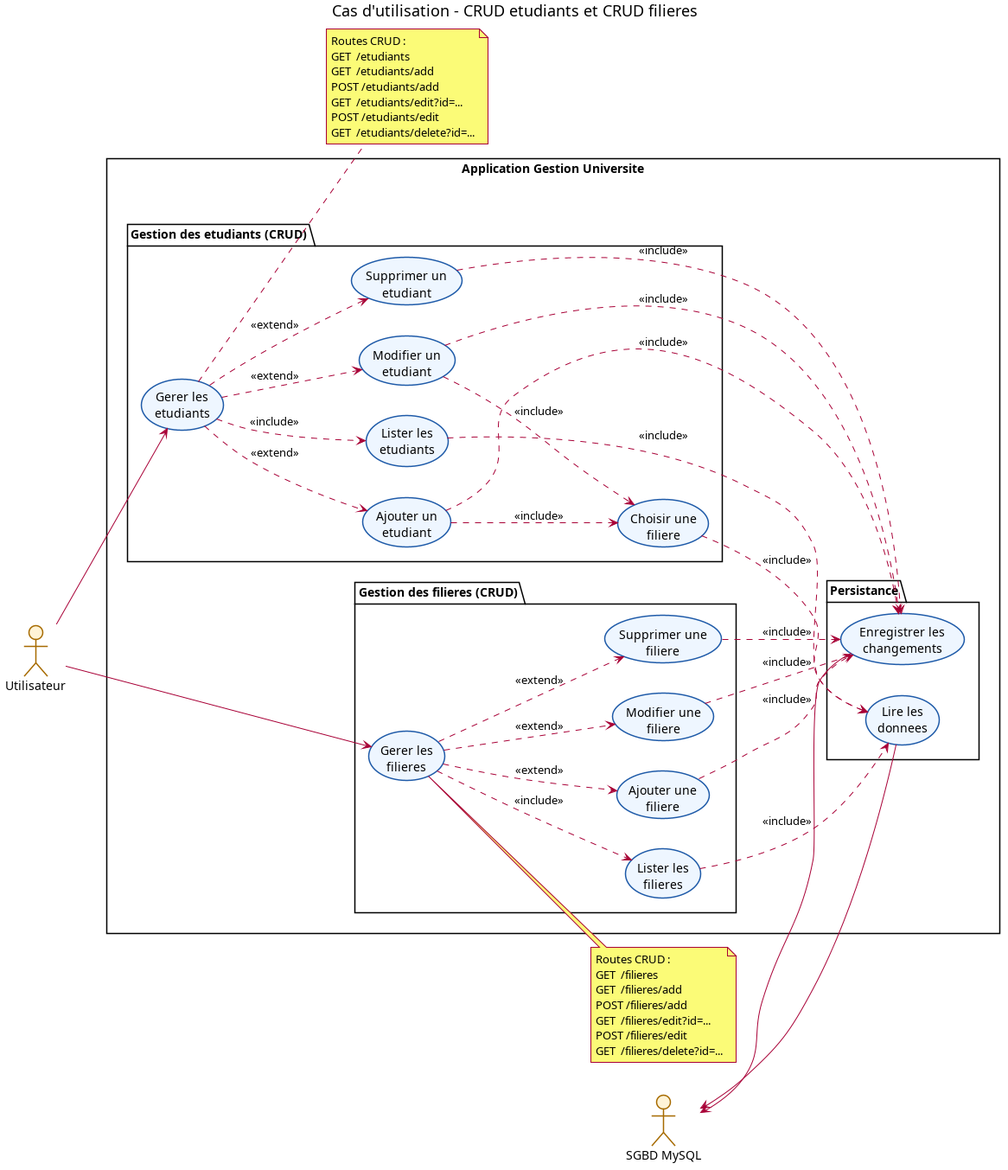
Earlier version of the PlantUML export docs/uml/images/use-case.png (mehdidabaj/app-etudiant). Its source is kept beside it as docs/uml/use-case.puml. Its diagram source:
```plantuml
@startuml
title Cas d'utilisation - CRUD etudiants et CRUD filieres
left to right direction
skinparam packageStyle rectangle
skinparam shadowing false
skinparam usecase {
  BackgroundColor #EEF6FF
  BorderColor #1E5AA8
}
skinparam actor {
  BackgroundColor #FFF3D6
  BorderColor #A66A00
}

actor "Utilisateur" as Utilisateur
actor "SGBD MySQL" as MySQL

rectangle "Application Gestion Universite" {
  package "Gestion des etudiants (CRUD)" {
    usecase "Gerer les\netudiants" as UC_GererEtudiants
    usecase "Lister les\netudiants" as UC_ListerEtudiants
    usecase "Ajouter un\netudiant" as UC_AjouterEtudiant
    usecase "Modifier un\netudiant" as UC_ModifierEtudiant
    usecase "Supprimer un\netudiant" as UC_SupprimerEtudiant
    usecase "Choisir une\nfiliere" as UC_ChoisirFiliere
  }

  package "Gestion des filieres (CRUD)" {
    usecase "Gerer les\nfilieres" as UC_GererFilieres
    usecase "Lister les\nfilieres" as UC_ListerFilieres
    usecase "Ajouter une\nfiliere" as UC_AjouterFiliere
    usecase "Modifier une\nfiliere" as UC_ModifierFiliere
    usecase "Supprimer une\nfiliere" as UC_SupprimerFiliere
  }

  package "Persistance" {
    usecase "Lire les\ndonnees" as UC_Lire
    usecase "Enregistrer les\nchangements" as UC_Ecrire
  }
}

Utilisateur --> UC_GererEtudiants
Utilisateur --> UC_GererFilieres

UC_GererEtudiants ..> UC_ListerEtudiants : <<include>>
UC_GererEtudiants ..> UC_AjouterEtudiant : <<extend>>
UC_GererEtudiants ..> UC_ModifierEtudiant : <<extend>>
UC_GererEtudiants ..> UC_SupprimerEtudiant : <<extend>>

UC_AjouterEtudiant ..> UC_ChoisirFiliere : <<include>>
UC_ModifierEtudiant ..> UC_ChoisirFiliere : <<include>>

UC_ListerEtudiants ..> UC_Lire : <<include>>
UC_ChoisirFiliere ..> UC_Lire : <<include>>
UC_AjouterEtudiant ..> UC_Ecrire : <<include>>
UC_ModifierEtudiant ..> UC_Ecrire : <<include>>
UC_SupprimerEtudiant ..> UC_Ecrire : <<include>>

UC_GererFilieres ..> UC_ListerFilieres : <<include>>
UC_GererFilieres ..> UC_AjouterFiliere : <<extend>>
UC_GererFilieres ..> UC_ModifierFiliere : <<extend>>
UC_GererFilieres ..> UC_SupprimerFiliere : <<extend>>

UC_ListerFilieres ..> UC_Lire : <<include>>
UC_AjouterFiliere ..> UC_Ecrire : <<include>>
UC_ModifierFiliere ..> UC_Ecrire : <<include>>
UC_SupprimerFiliere ..> UC_Ecrire : <<include>>

MySQL <-- UC_Lire
MySQL <-- UC_Ecrire

note right of UC_GererEtudiants
  Routes CRUD :
  GET  /etudiants
  GET  /etudiants/add
  POST /etudiants/add
  GET  /etudiants/edit?id=...
  POST /etudiants/edit
  GET  /etudiants/delete?id=...
end note

note right of UC_GererFilieres
  Routes CRUD :
  GET  /filieres
  GET  /filieres/add
  POST /filieres/add
  GET  /filieres/edit?id=...
  POST /filieres/edit
  GET  /filieres/delete?id=...
end note
@enduml
```
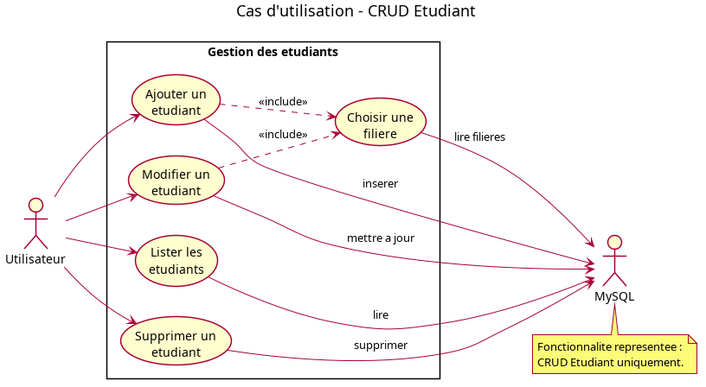
After the change.

Change to the diagram source:
```diff
@@ -1,91 +1,35 @@
 @startuml
-title Cas d'utilisation - CRUD etudiants et CRUD filieres
+title Cas d'utilisation - CRUD Etudiant
 left to right direction
-skinparam packageStyle rectangle
 skinparam shadowing false
-skinparam usecase {
-  BackgroundColor #EEF6FF
-  BorderColor #1E5AA8
-}
-skinparam actor {
-  BackgroundColor #FFF3D6
-  BorderColor #A66A00
+
+actor "Utilisateur" as User
+actor "MySQL" as DB
+
+rectangle "Gestion des etudiants" {
+  usecase "Lister les\netudiants" as Lister
+  usecase "Ajouter un\netudiant" as Ajouter
+  usecase "Modifier un\netudiant" as Modifier
+  usecase "Supprimer un\netudiant" as Supprimer
+  usecase "Choisir une\nfiliere" as ChoisirFiliere
 }
 
-actor "Utilisateur" as Utilisateur
-actor "SGBD MySQL" as MySQL
+User --> Lister
+User --> Ajouter
+User --> Modifier
+User --> Supprimer
 
-rectangle "Application Gestion Universite" {
-  package "Gestion des etudiants (CRUD)" {
-    usecase "Gerer les\netudiants" as UC_GererEtudiants
-    usecase "Lister les\netudiants" as UC_ListerEtudiants
-    usecase "Ajouter un\netudiant" as UC_AjouterEtudiant
-    usecase "Modifier un\netudiant" as UC_ModifierEtudiant
-    usecase "Supprimer un\netudiant" as UC_SupprimerEtudiant
-    usecase "Choisir une\nfiliere" as UC_ChoisirFiliere
-  }
+Ajouter ..> ChoisirFiliere : <<include>>
+Modifier ..> ChoisirFiliere : <<include>>
 
-  package "Gestion des filieres (CRUD)" {
-    usecase "Gerer les\nfilieres" as UC_GererFilieres
-    usecase "Lister les\nfilieres" as UC_ListerFilieres
-    usecase "Ajouter une\nfiliere" as UC_AjouterFiliere
-    usecase "Modifier une\nfiliere" as UC_ModifierFiliere
-    usecase "Supprimer une\nfiliere" as UC_SupprimerFiliere
-  }
+Lister --> DB : lire
+Ajouter --> DB : inserer
+Modifier --> DB : mettre a jour
+Supprimer --> DB : supprimer
+ChoisirFiliere --> DB : lire filieres
 
-  package "Persistance" {
-    usecase "Lire les\ndonnees" as UC_Lire
-    usecase "Enregistrer les\nchangements" as UC_Ecrire
-  }
-}
-
-Utilisateur --> UC_GererEtudiants
-Utilisateur --> UC_GererFilieres
-
-UC_GererEtudiants ..> UC_ListerEtudiants : <<include>>
-UC_GererEtudiants ..> UC_AjouterEtudiant : <<extend>>
-UC_GererEtudiants ..> UC_ModifierEtudiant : <<extend>>
-UC_GererEtudiants ..> UC_SupprimerEtudiant : <<extend>>
-
-UC_AjouterEtudiant ..> UC_ChoisirFiliere : <<include>>
-UC_ModifierEtudiant ..> UC_ChoisirFiliere : <<include>>
-
-UC_ListerEtudiants ..> UC_Lire : <<include>>
-UC_ChoisirFiliere ..> UC_Lire : <<include>>
-UC_AjouterEtudiant ..> UC_Ecrire : <<include>>
-UC_ModifierEtudiant ..> UC_Ecrire : <<include>>
-UC_SupprimerEtudiant ..> UC_Ecrire : <<include>>
-
-UC_GererFilieres ..> UC_ListerFilieres : <<include>>
-UC_GererFilieres ..> UC_AjouterFiliere : <<extend>>
-UC_GererFilieres ..> UC_ModifierFiliere : <<extend>>
-UC_GererFilieres ..> UC_SupprimerFiliere : <<extend>>
-
-UC_ListerFilieres ..> UC_Lire : <<include>>
-UC_AjouterFiliere ..> UC_Ecrire : <<include>>
-UC_ModifierFiliere ..> UC_Ecrire : <<include>>
-UC_SupprimerFiliere ..> UC_Ecrire : <<include>>
-
-MySQL <-- UC_Lire
-MySQL <-- UC_Ecrire
-
-note right of UC_GererEtudiants
-  Routes CRUD :
-  GET  /etudiants
-  GET  /etudiants/add
-  POST /etudiants/add
-  GET  /etudiants/edit?id=...
-  POST /etudiants/edit
-  GET  /etudiants/delete?id=...
-end note
-
-note right of UC_GererFilieres
-  Routes CRUD :
-  GET  /filieres
-  GET  /filieres/add
-  POST /filieres/add
-  GET  /filieres/edit?id=...
-  POST /filieres/edit
-  GET  /filieres/delete?id=...
+note bottom
+  Fonctionnalite representee :
+  CRUD Etudiant uniquement.
 end note
 @enduml
```
